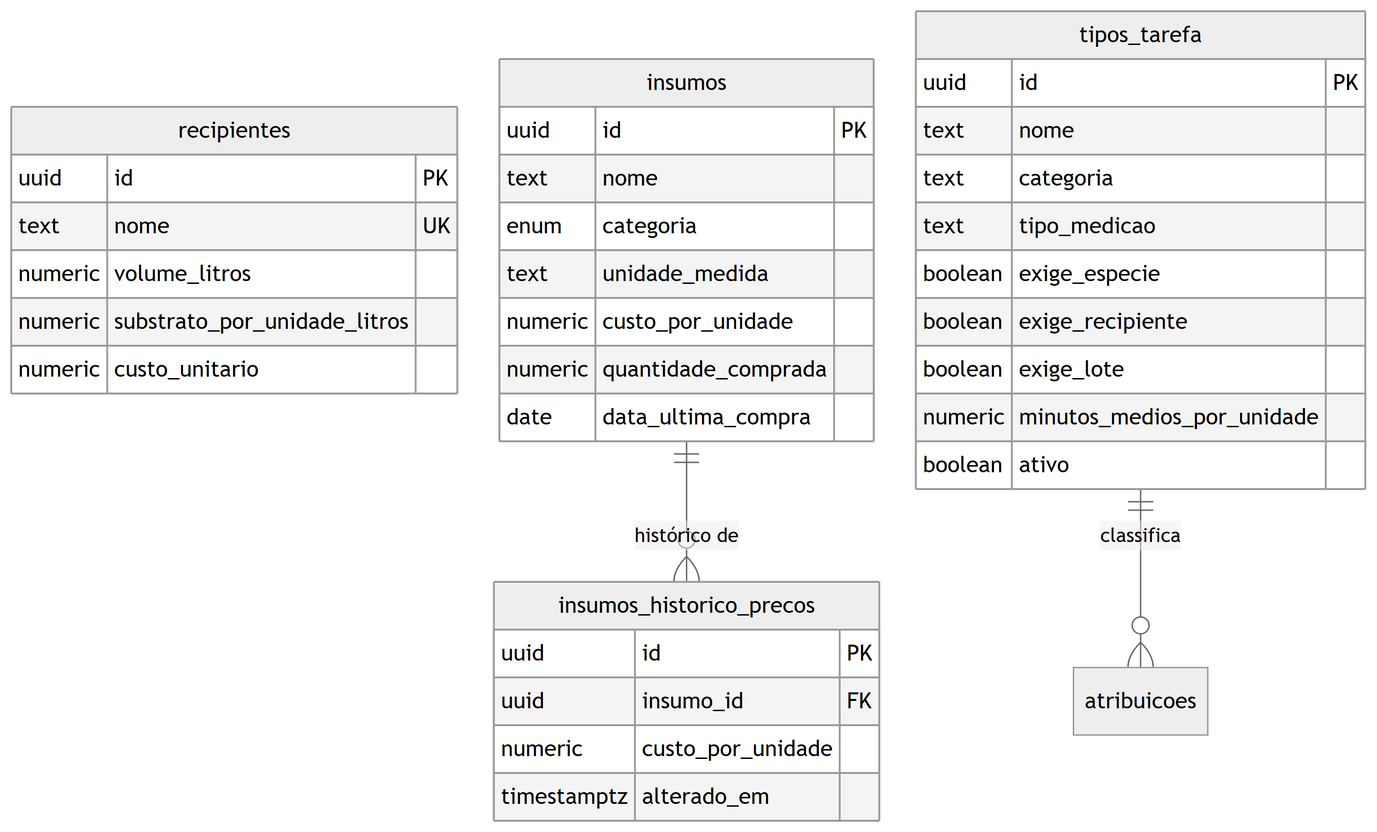
The Mermaid diagram docs/engenharia/modelo-dados-pt/img/fig10-cadastros-insumo-recipiente.png in JoaoMudar/mudar, before a commit. Its source is kept beside it as docs/engenharia/modelo-dados-pt/mmd/fig10-cadastros-insumo-recipiente.mmd. Its diagram source:
```mermaid
erDiagram
  recipientes {
    uuid id PK
    text nome UK
    numeric volume_litros
    numeric substrato_por_unidade_litros
    numeric custo_unitario
  }
  insumos {
    uuid id PK
    text nome
    enum categoria
    text unidade_medida
    numeric custo_por_unidade
    numeric quantidade_comprada
    date data_ultima_compra
  }
  insumos_historico_precos {
    uuid id PK
    uuid insumo_id FK
    numeric custo_por_unidade
    timestamptz alterado_em
  }
  tipos_tarefa {
    uuid id PK
    text nome
    text categoria
    text tipo_medicao
    boolean exige_especie
    boolean exige_recipiente
    boolean exige_lote
    numeric minutos_medios_por_unidade
    boolean ativo
  }
  atribuicoes {
  }

  insumos      ||--o{ insumos_historico_precos : "histórico de"
  tipos_tarefa ||--o{ atribuicoes              : "classifica"
```
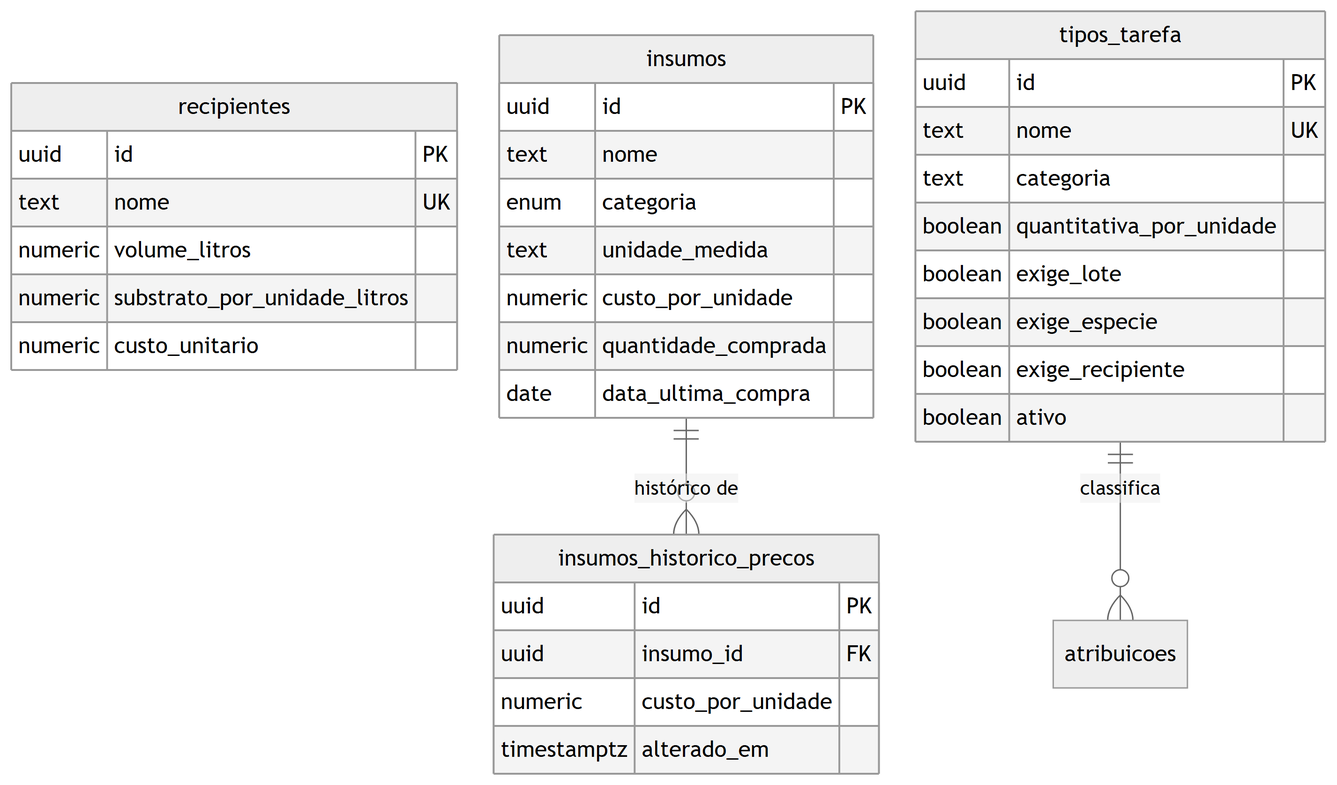
Above is the later version.

The edit, as a diff of the source:
```diff
@@ -23,13 +23,12 @@
   }
   tipos_tarefa {
     uuid id PK
-    text nome
+    text nome UK
     text categoria
-    text tipo_medicao
+    boolean quantitativa_por_unidade
+    boolean exige_lote
     boolean exige_especie
     boolean exige_recipiente
-    boolean exige_lote
-    numeric minutos_medios_por_unidade
     boolean ativo
   }
   atribuicoes {
```
